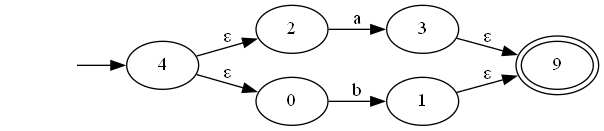
The Graphviz diagram test-output/round-table.gv.png in JuanDiegoAvila/Laboratorio_Compiladores, before a commit. Its source is kept beside it as test-output/round-table.gv.
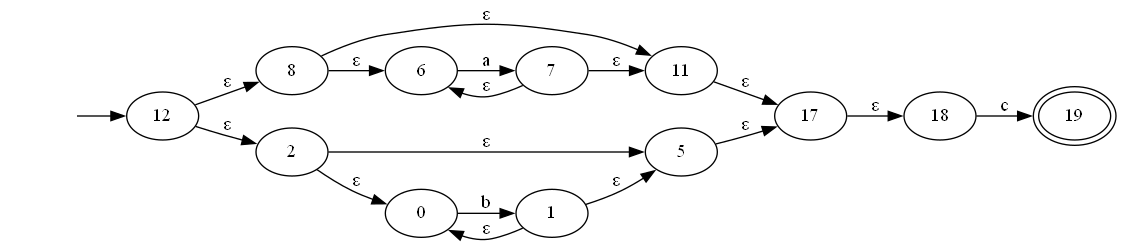
The same diagram one commit later.

What changed in the source:
```diff
@@ -1,17 +1,33 @@
 digraph {
 	graph [rankdir=LR]
 	inicio [label="" shape=none]
-	4
-	inicio -> 4
-	4 -> 2 [label="ε"]
-	4 -> 0 [label="ε"]
+	12
+	inicio -> 12
+	12 -> 8 [label="ε"]
+	12 -> 2 [label="ε"]
+	8
+	8 -> 11 [label="ε"]
+	8 -> 6 [label="ε"]
 	2
-	2 -> 3 [label=a]
+	2 -> 5 [label="ε"]
+	2 -> 0 [label="ε"]
+	11
+	11 -> 17 [label="ε"]
+	6
+	6 -> 7 [label=a]
+	5
+	5 -> 17 [label="ε"]
 	0
 	0 -> 1 [label=b]
-	3
-	3 -> 9 [label="ε"]
+	17
+	17 -> 18 [label="ε"]
+	7
+	7 -> 6 [label="ε"]
+	7 -> 11 [label="ε"]
 	1
-	1 -> 9 [label="ε"]
-	9 [peripheries=2]
+	1 -> 0 [label="ε"]
+	1 -> 5 [label="ε"]
+	18
+	18 -> 19 [label=c]
+	19 [peripheries=2]
 }
```
